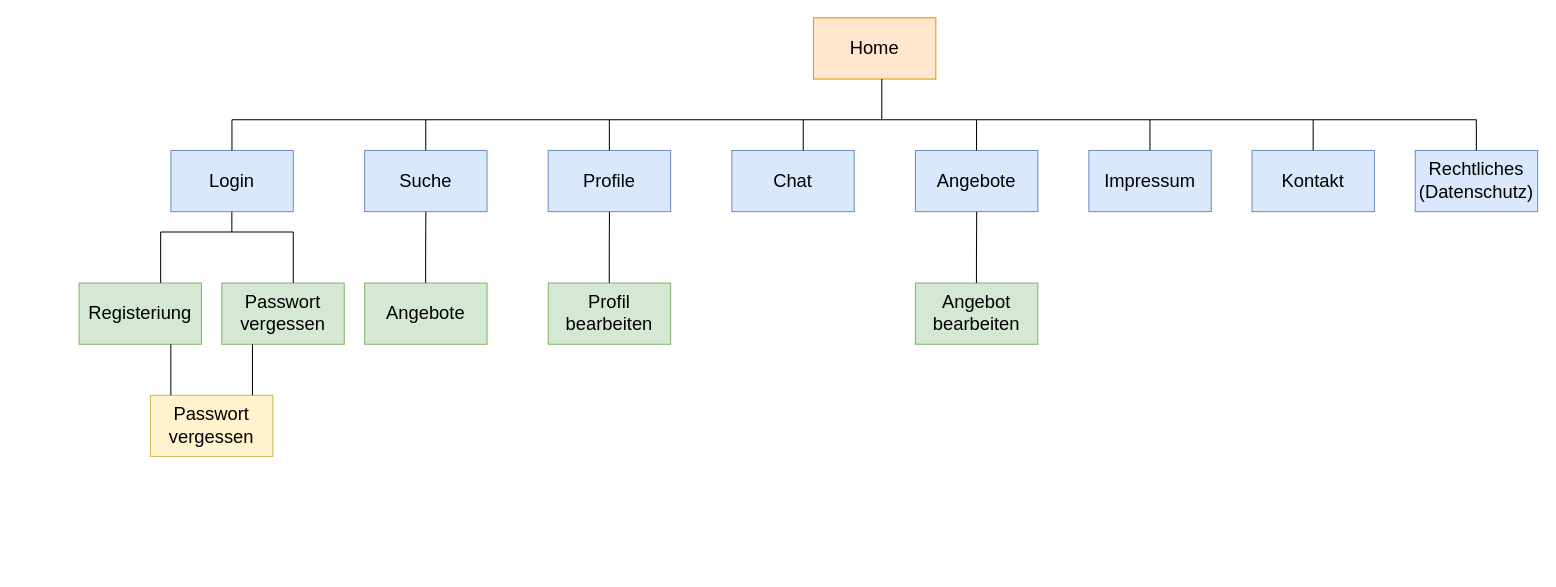
The draw.io diagram docs/readme/Platypurse-Sitemap.drawio in gravemalte/Platypurse, before the edit. Source tidied: cells renumbered, new cells numbered last; positions are measured from the earlier drawing's top-left corner, leaving out a move shared by most shapes. Both pictures are drawn from the tidied source at 102%, with x=0, y=0 at pixel (79, 17).
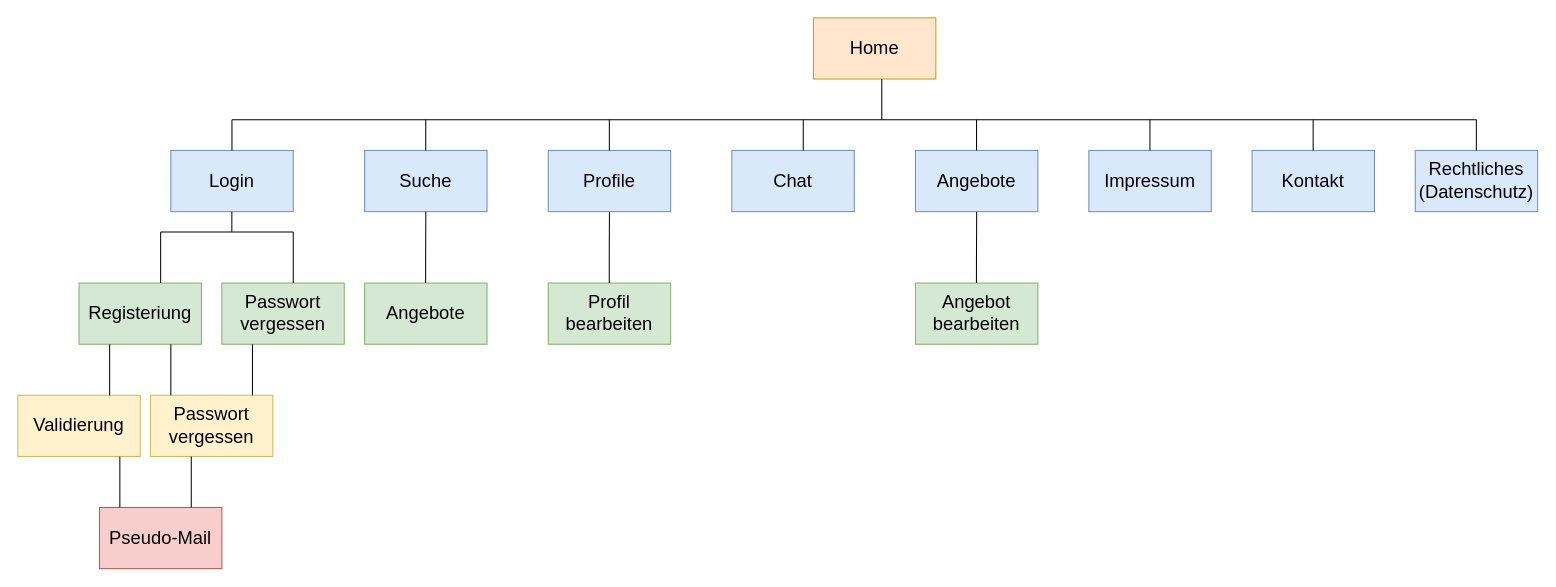
The same page after the edit.

Commit message (it also covers changes not shown here):
Fixed mail bugs

Change to the diagram source:
```diff
@@
+    <mxCell id="37" value="Pseudo-Mail" style="rounded=0;whiteSpace=wrap;html=1;fontSize=18;fillColor=#f8cecc;strokeColor=#b85450;" parent="1" vertex="1">
+      <mxGeometry x="20" y="480" width="120" height="60" as="geometry" />
+    </mxCell>
+    <mxCell id="38" style="endArrow=none;html=1;strokeColor=#000000;fontStyle=0;fontSize=18;" parent="1" edge="1">
+      <mxGeometry relative="1" as="geometry">
+        <mxPoint x="110" y="480" as="sourcePoint" />
+        <mxPoint x="110" y="430" as="targetPoint" />
+      </mxGeometry>
+    </mxCell>
+    <mxCell id="39" value="Validierung" style="rounded=0;whiteSpace=wrap;html=1;fontSize=18;fillColor=#fff2cc;strokeColor=#d6b656;" parent="1" vertex="1">
+      <mxGeometry x="-60" y="370" width="120" height="60" as="geometry" />
+    </mxCell>
+    <mxCell id="40" style="endArrow=none;html=1;strokeColor=#000000;fontStyle=0;fontSize=18;" parent="1" edge="1">
+      <mxGeometry relative="1" as="geometry">
+        <mxPoint x="40" y="480" as="sourcePoint" />
+        <mxPoint x="40" y="430" as="targetPoint" />
+      </mxGeometry>
+    </mxCell>
+    <mxCell id="41" style="endArrow=none;html=1;strokeColor=#000000;fontStyle=0;fontSize=18;" parent="1" edge="1">
+      <mxGeometry relative="1" as="geometry">
+        <mxPoint x="30" y="370" as="sourcePoint" />
+        <mxPoint x="30" y="320" as="targetPoint" />
+      </mxGeometry>
+    </mxCell>
```
